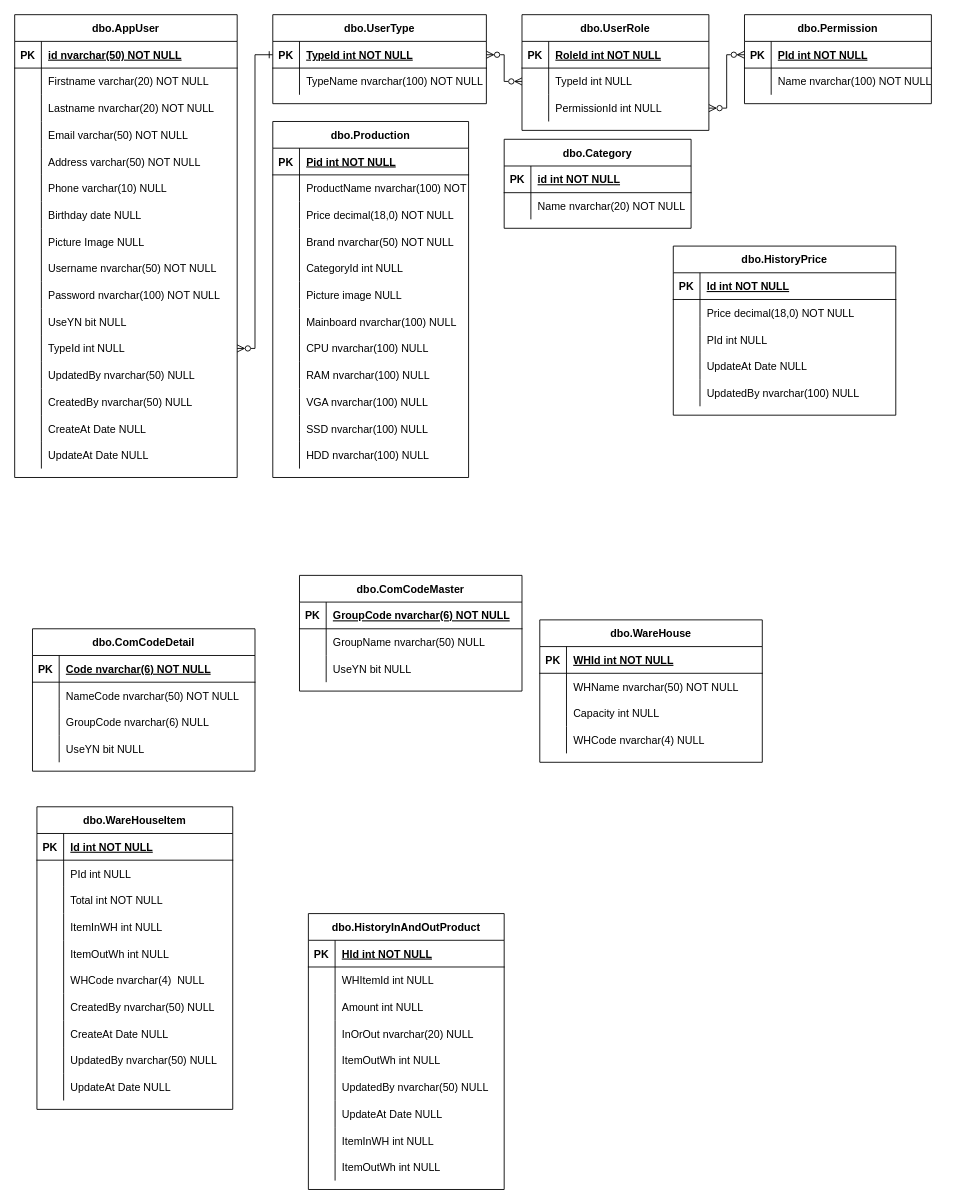
Earlier version of the draw.io diagram Untitled Diagram.drawio (danblue3/test). Source tidied: cells renumbered, new cells numbered last; positions are measured from the earlier drawing's top-left corner, leaving out a move shared by most shapes. Both pictures are drawn from the tidied source at 89%, with x=0, y=0 at pixel (14, 14).
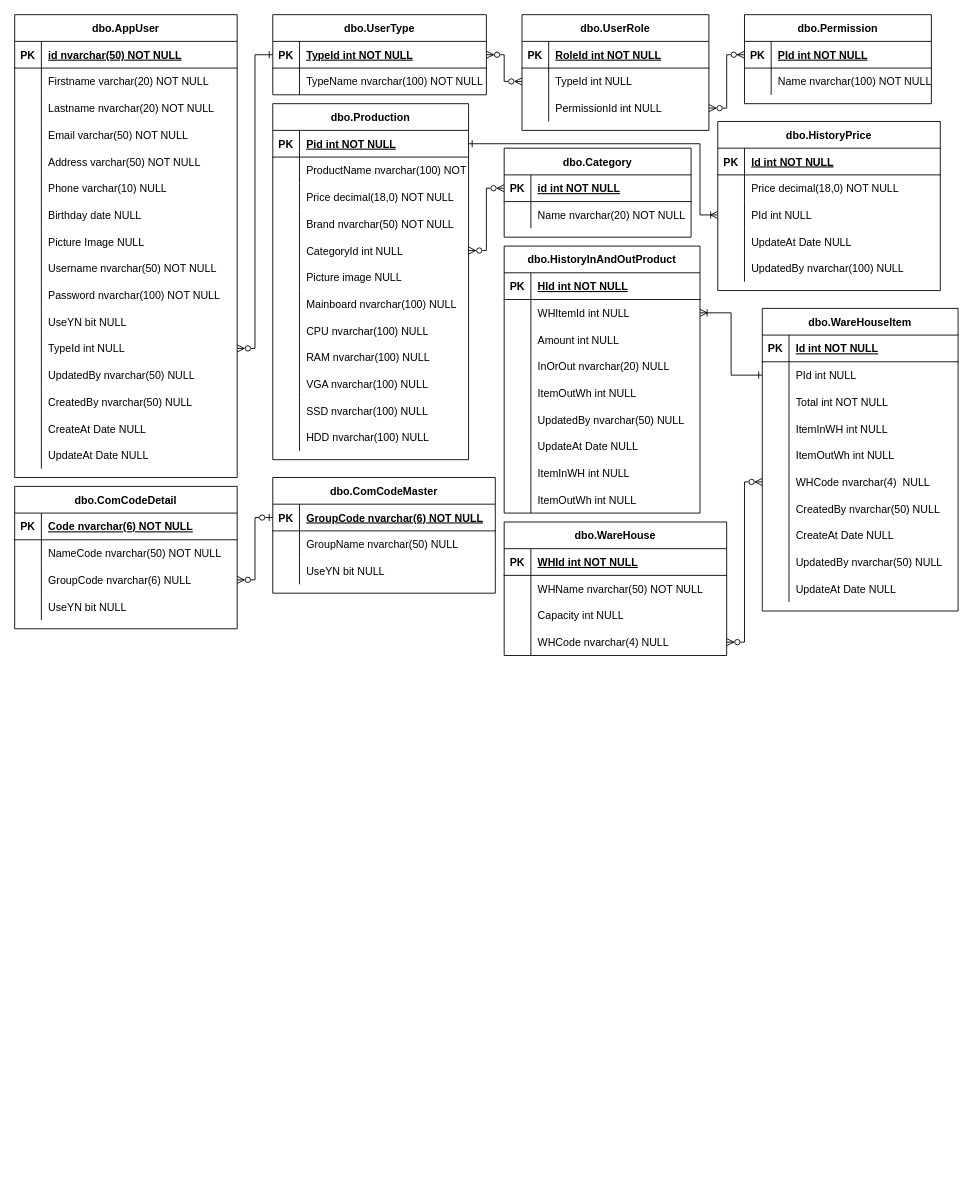
The same diagram, later.

The change refers to these unchanged cells:
```xml
<mxCell id="3" style="shape=partialRectangle;fillColor=none;points=[[0,0.5],[1,0.5]];portConstraint=eastwest;top=0;left=0;right=0;bottom=1;" parent="2" vertex="1">
  <mxGeometry y="30" width="210" height="30" as="geometry" />
</mxCell>
<mxCell id="10" style="shape=partialRectangle;fillColor=none;points=[[0,0.5],[1,0.5]];portConstraint=eastwest;top=0;left=0;right=0;bottom=1;" parent="9" vertex="1">
  <mxGeometry y="30" width="250" height="30" as="geometry" />
</mxCell>
<mxCell id="70" style="shape=partialRectangle;fillColor=none;points=[[0,0.5],[1,0.5]];portConstraint=eastwest;top=0;left=0;right=0;bottom=1;" parent="69" vertex="1">
  <mxGeometry y="30" width="220" height="30" as="geometry" />
</mxCell>
<mxCell id="82" style="shape=partialRectangle;fillColor=none;points=[[0,0.5],[1,0.5]];portConstraint=eastwest;top=0;left=0;right=0;bottom=0;" parent="69" vertex="1">
  <mxGeometry y="150" width="220" height="30" as="geometry" />
</mxCell>
<mxCell id="140" style="shape=partialRectangle;fillColor=none;points=[[0,0.5],[1,0.5]];portConstraint=eastwest;top=0;left=0;right=0;bottom=0;" parent="130" vertex="1">
  <mxGeometry y="120" width="250" height="30" as="geometry" />
</mxCell>
<mxCell id="150" style="shape=partialRectangle;fillColor=none;points=[[0,0.5],[1,0.5]];portConstraint=eastwest;top=0;left=0;right=0;bottom=0;" parent="143" vertex="1">
  <mxGeometry y="90" width="250" height="30" as="geometry" />
</mxCell>
<mxCell id="163" style="shape=partialRectangle;fillColor=none;points=[[0,0.5],[1,0.5]];portConstraint=eastwest;top=0;left=0;right=0;bottom=0;" parent="156" vertex="1">
  <mxGeometry y="90" width="250" height="30" as="geometry" />
</mxCell>
<mxCell id="176" style="shape=partialRectangle;fillColor=none;points=[[0,0.5],[1,0.5]];portConstraint=eastwest;top=0;left=0;right=0;bottom=0;" parent="172" vertex="1">
  <mxGeometry y="60" width="220" height="30" as="geometry" />
</mxCell>
<mxCell id="188" style="shape=partialRectangle;fillColor=none;points=[[0,0.5],[1,0.5]];portConstraint=eastwest;top=0;left=0;right=0;bottom=0;" parent="172" vertex="1">
  <mxGeometry y="180" width="220" height="30" as="geometry" />
</mxCell>
<mxCell id="207" style="shape=partialRectangle;fillColor=none;points=[[0,0.5],[1,0.5]];portConstraint=eastwest;top=0;left=0;right=0;bottom=0;" parent="203" vertex="1">
  <mxGeometry y="60" width="220" height="30" as="geometry" />
</mxCell>
```

Change to the diagram source:
```diff
@@
     <mxCell id="2" value="dbo.Category" style="shape=table;startSize=30;childLayout=tableLayout;rowLines=0;fontStyle=1;align=center;" parent="1" vertex="1">
-      <mxGeometry x="550" y="140" width="210" height="100" as="geometry" />
+      <mxGeometry x="550" y="150" width="210" height="100" as="geometry" />
     </mxCell>
@@
+    <mxCell id="233" style="edgeStyle=orthogonalEdgeStyle;rounded=0;jettySize=auto;html=1;entryX=1;entryY=0.5;entryDx=0;entryDy=0;startArrow=ERzeroToOne;startFill=0;endArrow=ERzeroToMany;endFill=0;exitX=0;exitY=0.5;exitDx=0;exitDy=0;" parent="1" edge="1" source="10" target="150">
+      <mxGeometry relative="1" as="geometry" />
+    </mxCell>
     <mxCell id="9" value="dbo.ComCodeMaster" style="shape=table;startSize=30;childLayout=tableLayout;rowLines=0;fontStyle=1;align=center;" parent="1" vertex="1">
-      <mxGeometry x="320" y="630" width="250" height="130" as="geometry" />
+      <mxGeometry x="290" y="520" width="250" height="130" as="geometry" />
     </mxCell>
@@
     <mxCell id="69" value="dbo.Production" style="shape=table;startSize=30;childLayout=tableLayout;rowLines=0;fontStyle=1;align=center;" parent="1" vertex="1">
-      <mxGeometry x="290" y="120" width="220" height="400" as="geometry" />
+      <mxGeometry x="290" y="100" width="220" height="400" as="geometry" />
     </mxCell>
@@
     <mxCell id="113" value="dbo.UserType" style="shape=table;startSize=30;childLayout=tableLayout;rowLines=0;fontStyle=1;align=center;" parent="1" vertex="1">
-      <mxGeometry x="290" width="240" height="100" as="geometry" />
+      <mxGeometry x="290" width="240" height="90" as="geometry" />
     </mxCell>
@@
     <mxCell id="130" value="dbo.WareHouse" style="shape=table;startSize=30;childLayout=tableLayout;rowLines=0;fontStyle=1;align=center;" parent="1" vertex="1">
-      <mxGeometry x="590" y="680" width="250" height="160" as="geometry" />
+      <mxGeometry x="550" y="570" width="250" height="150" as="geometry" />
     </mxCell>
@@
     <mxCell id="143" value="dbo.ComCodeDetail" style="shape=table;startSize=30;childLayout=tableLayout;rowLines=0;fontStyle=1;align=center;" parent="1" vertex="1">
-      <mxGeometry x="20" y="690" width="250" height="160" as="geometry" />
+      <mxGeometry y="530" width="250" height="160" as="geometry" />
     </mxCell>
@@
+    <mxCell id="234" style="edgeStyle=orthogonalEdgeStyle;rounded=0;jettySize=auto;html=1;startArrow=ERoneToMany;startFill=0;endArrow=ERone;endFill=0;entryX=1;entryY=0.5;entryDx=0;entryDy=0;exitX=0;exitY=0.5;exitDx=0;exitDy=0;" parent="1" edge="1" source="163" target="70">
+      <mxGeometry relative="1" as="geometry">
+        <Array as="points">
+          <mxPoint x="770" y="225" />
+          <mxPoint x="770" y="145" />
+        </Array>
+      </mxGeometry>
+    </mxCell>
     <mxCell id="156" value="dbo.HistoryPrice" style="shape=table;startSize=30;childLayout=tableLayout;rowLines=0;fontStyle=1;align=center;" parent="1" vertex="1">
-      <mxGeometry x="740" y="260" width="250" height="190" as="geometry" />
+      <mxGeometry x="790" y="120" width="250" height="190" as="geometry" />
     </mxCell>
@@
+    <mxCell id="235" style="edgeStyle=orthogonalEdgeStyle;rounded=0;jettySize=auto;html=1;entryX=1;entryY=0.5;entryDx=0;entryDy=0;startArrow=ERzeroToMany;startFill=0;endArrow=ERzeroToMany;endFill=0;exitX=0;exitY=0.5;exitDx=0;exitDy=0;" parent="1" edge="1" source="188" target="140">
+      <mxGeometry relative="1" as="geometry" />
+    </mxCell>
     <mxCell id="172" value="dbo.WareHouseItem" style="shape=table;startSize=30;childLayout=tableLayout;rowLines=0;fontStyle=1;align=center;" parent="1" vertex="1">
-      <mxGeometry x="25" y="890" width="220" height="340" as="geometry" />
+      <mxGeometry x="840" y="330" width="220" height="340" as="geometry" />
     </mxCell>
@@
     <mxCell id="203" value="dbo.HistoryInAndOutProduct" style="shape=table;startSize=30;childLayout=tableLayout;rowLines=0;fontStyle=1;align=center;" parent="1" vertex="1">
-      <mxGeometry x="330" y="1010" width="220" height="310" as="geometry" />
+      <mxGeometry x="550" y="260" width="220" height="300" as="geometry" />
     </mxCell>
@@
+    <mxCell id="236" style="edgeStyle=orthogonalEdgeStyle;rounded=0;jettySize=auto;html=1;entryX=0;entryY=0.5;entryDx=0;entryDy=0;startArrow=ERzeroToMany;startFill=0;endArrow=ERzeroToMany;endFill=0;" parent="1" edge="1" source="82" target="3">
+      <mxGeometry relative="1" as="geometry" />
+    </mxCell>
+    <mxCell id="237" style="edgeStyle=orthogonalEdgeStyle;rounded=0;jettySize=auto;html=1;entryX=1;entryY=0.5;entryDx=0;entryDy=0;startArrow=ERone;startFill=0;endArrow=ERoneToMany;endFill=0;" parent="1" edge="1" source="176" target="207">
+      <mxGeometry relative="1" as="geometry" />
+    </mxCell>
```
